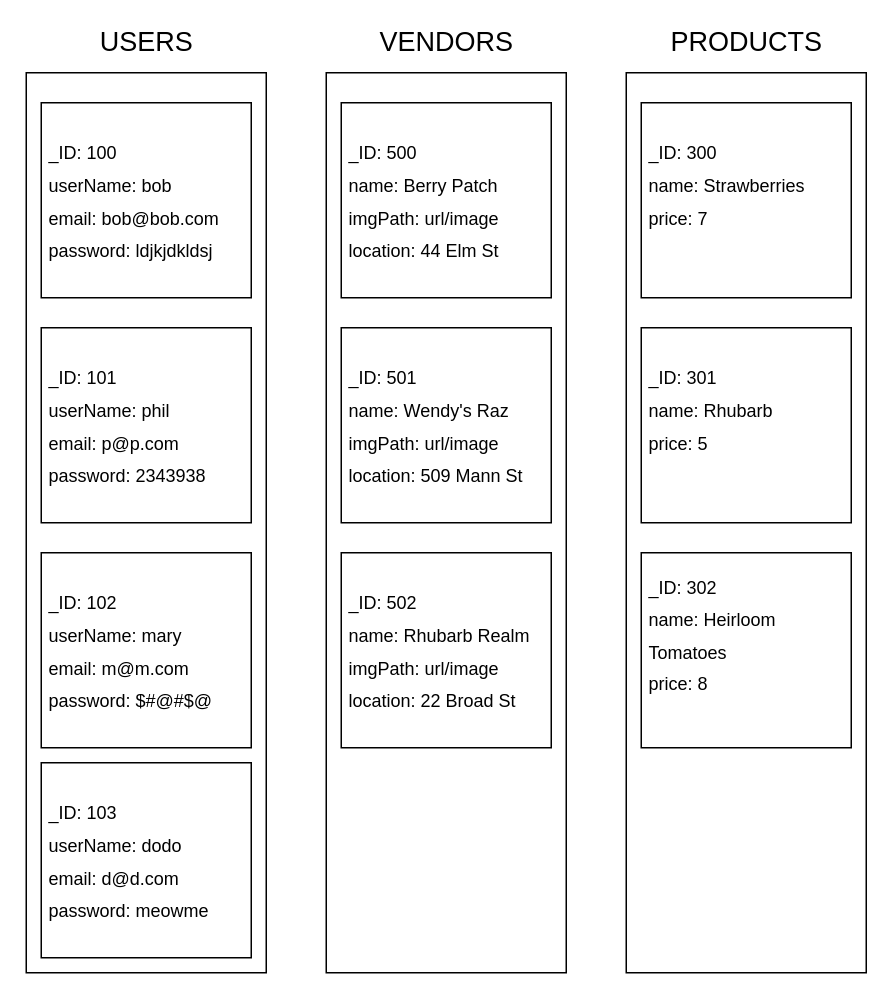
Earlier version of the draw.io diagram _database-design/main-design.drawio (shaxbeard/tuber). Source tidied: cells renumbered, new cells numbered last; positions are measured from the earlier drawing's top-left corner, leaving out a move shared by most shapes. Both pictures are drawn from the tidied source at 150%, with x=0, y=0 at pixel (26, 27).
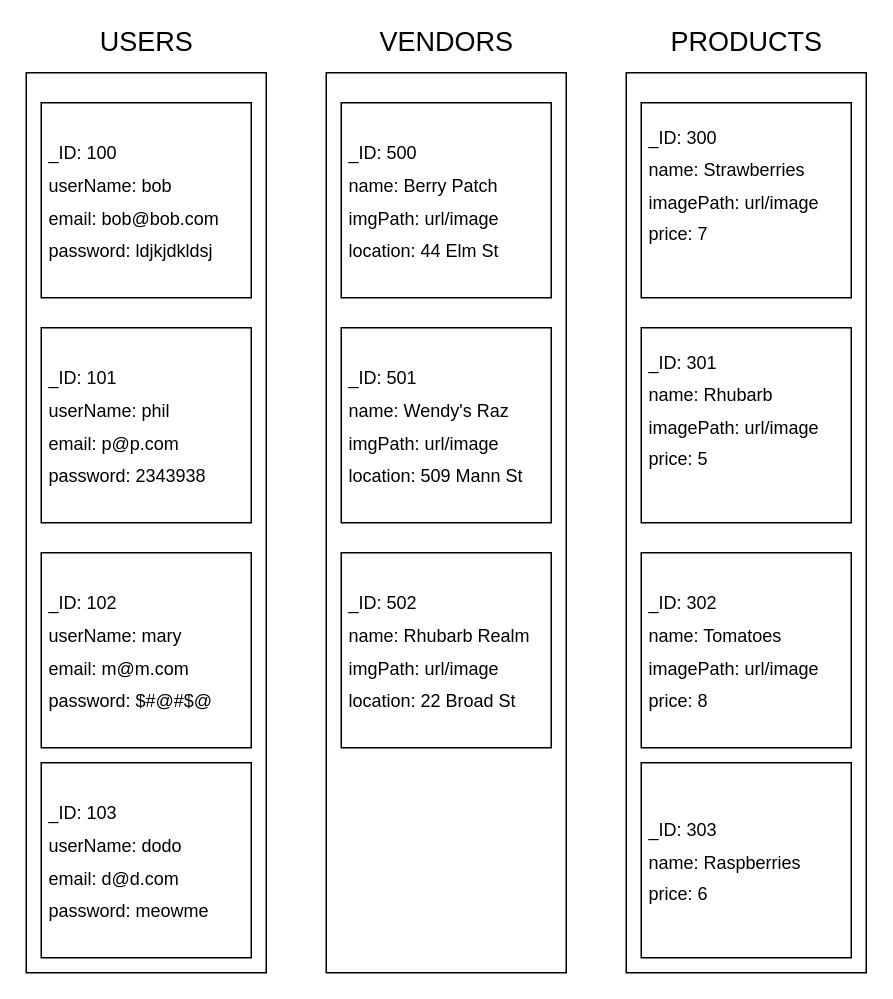
After the change.

Commit message:
Update the data design diagram

Change to the diagram source:
```diff
@@
 <mxGraphModel>
   <root>
     <mxCell id="0" />
     <mxCell id="1" parent="0" />
     <mxCell id="2" style="whiteSpace=wrap;html=1;" parent="1" vertex="1">
       <mxGeometry y="30" width="160" height="600" as="geometry" />
     </mxCell>
     <mxCell id="3" value="&lt;font style=&quot;font-size: 18px&quot;&gt;USERS&lt;/font&gt;" style="text;html=1;align=center;verticalAlign=middle;strokeColor=none;fillColor=none;" parent="1" vertex="1">
       <mxGeometry x="40" width="80" height="20" as="geometry" />
     </mxCell>
     <mxCell id="4" style="whiteSpace=wrap;html=1;" parent="1" vertex="1">
       <mxGeometry x="200" y="30" width="160" height="600" as="geometry" />
     </mxCell>
     <mxCell id="5" value="&lt;font style=&quot;font-size: 18px&quot;&gt;VENDORS&lt;/font&gt;" style="text;html=1;align=center;verticalAlign=middle;strokeColor=none;fillColor=none;" parent="1" vertex="1">
       <mxGeometry x="230" width="100" height="20" as="geometry" />
     </mxCell>
     <mxCell id="6" style="whiteSpace=wrap;html=1;" parent="1" vertex="1">
       <mxGeometry x="400" y="30" width="160" height="600" as="geometry" />
     </mxCell>
     <mxCell id="7" value="&lt;font style=&quot;font-size: 18px&quot;&gt;PRODUCTS&lt;/font&gt;" style="text;html=1;align=center;verticalAlign=middle;strokeColor=none;fillColor=none;" parent="1" vertex="1">
       <mxGeometry x="420" width="120" height="20" as="geometry" />
     </mxCell>
     <mxCell id="8" value="&lt;font style=&quot;font-size: 12px&quot;&gt;&amp;nbsp;_ID: 100&lt;br&gt;&amp;nbsp;userName: bob&lt;br&gt;&amp;nbsp;email: bob@bob.com&lt;br&gt;&amp;nbsp;password: ldjkjdkldsj&lt;br&gt;&lt;/font&gt;" style="whiteSpace=wrap;html=1;fontSize=18;align=left;" parent="1" vertex="1">
       <mxGeometry x="10" y="50" width="140" height="130" as="geometry" />
     </mxCell>
     <mxCell id="9" value="&lt;font style=&quot;font-size: 12px&quot;&gt;&amp;nbsp;_ID: 101&lt;br&gt;&amp;nbsp;userName: phil&lt;br&gt;&amp;nbsp;email: p@p.com&lt;br&gt;&amp;nbsp;password: 2343938&lt;br&gt;&lt;/font&gt;" style="whiteSpace=wrap;html=1;fontSize=18;align=left;" parent="1" vertex="1">
       <mxGeometry x="10" y="200" width="140" height="130" as="geometry" />
     </mxCell>
     <mxCell id="10" value="&lt;font style=&quot;font-size: 12px&quot;&gt;&amp;nbsp;_ID: 102&lt;br&gt;&amp;nbsp;userName: mary&lt;br&gt;&amp;nbsp;email: m@m.com&lt;br&gt;&amp;nbsp;password: $#@#$@&lt;br&gt;&lt;/font&gt;" style="whiteSpace=wrap;html=1;fontSize=18;align=left;" parent="1" vertex="1">
       <mxGeometry x="10" y="350" width="140" height="130" as="geometry" />
     </mxCell>
     <mxCell id="11" value="&lt;font style=&quot;font-size: 12px&quot;&gt;&amp;nbsp;_ID: 500&lt;br&gt;&amp;nbsp;name: Berry Patch&lt;br&gt;&amp;nbsp;imgPath: url/image&lt;br&gt;&amp;nbsp;location: 44 Elm St&lt;br&gt;&lt;/font&gt;" style="whiteSpace=wrap;html=1;fontSize=18;align=left;" parent="1" vertex="1">
       <mxGeometry x="210" y="50" width="140" height="130" as="geometry" />
     </mxCell>
     <mxCell id="12" value="&lt;font style=&quot;font-size: 12px&quot;&gt;&amp;nbsp;_ID: 501&lt;br&gt;&amp;nbsp;name: Wendy's Raz&lt;br&gt;&amp;nbsp;imgPath: url/image&lt;br&gt;&amp;nbsp;location: 509 Mann St&lt;br&gt;&lt;/font&gt;" style="whiteSpace=wrap;html=1;fontSize=18;align=left;" parent="1" vertex="1">
       <mxGeometry x="210" y="200" width="140" height="130" as="geometry" />
     </mxCell>
     <mxCell id="13" value="&lt;font style=&quot;font-size: 12px&quot;&gt;&amp;nbsp;_ID: 502&lt;br&gt;&amp;nbsp;name: Rhubarb Realm&lt;br&gt;&amp;nbsp;imgPath: url/image&lt;br&gt;&amp;nbsp;location: 22 Broad St&lt;br&gt;&lt;/font&gt;" style="whiteSpace=wrap;html=1;fontSize=18;align=left;" parent="1" vertex="1">
       <mxGeometry x="210" y="350" width="140" height="130" as="geometry" />
     </mxCell>
     <mxCell id="14" value="&lt;font style=&quot;font-size: 12px&quot;&gt;&amp;nbsp;_ID: 103&lt;br&gt;&amp;nbsp;userName: dodo&lt;br&gt;&amp;nbsp;email: d@d.com&lt;br&gt;&amp;nbsp;password: meowme&lt;br&gt;&lt;/font&gt;" style="whiteSpace=wrap;html=1;fontSize=18;align=left;" parent="1" vertex="1">
       <mxGeometry x="10" y="490" width="140" height="130" as="geometry" />
     </mxCell>
-    <mxCell id="15" value="&lt;font style=&quot;font-size: 12px&quot;&gt;&amp;nbsp;_ID: 300&lt;br&gt;&amp;nbsp;name: Strawberries&lt;br&gt;&amp;nbsp;price: 7&lt;br&gt;&lt;br&gt;&lt;/font&gt;" style="whiteSpace=wrap;html=1;fontSize=18;align=left;" parent="1" vertex="1">
+    <mxCell id="15" value="&lt;font style=&quot;font-size: 12px&quot;&gt;&amp;nbsp;_ID: 300&lt;br&gt;&amp;nbsp;name: Strawberries&lt;br&gt;&amp;nbsp;imagePath: url/image&lt;br&gt;&amp;nbsp;price: 7&lt;br&gt;&lt;br&gt;&lt;/font&gt;" style="whiteSpace=wrap;html=1;fontSize=18;align=left;" parent="1" vertex="1">
       <mxGeometry x="410" y="50" width="140" height="130" as="geometry" />
     </mxCell>
-    <mxCell id="16" value="&lt;font style=&quot;font-size: 12px&quot;&gt;&amp;nbsp;_ID: 301&lt;br&gt;&amp;nbsp;name: Rhubarb&lt;br&gt;&amp;nbsp;price: 5&lt;br&gt;&lt;br&gt;&lt;/font&gt;" style="whiteSpace=wrap;html=1;fontSize=18;align=left;" parent="1" vertex="1">
+    <mxCell id="16" value="&lt;font style=&quot;font-size: 12px&quot;&gt;&amp;nbsp;_ID: 301&lt;br&gt;&amp;nbsp;name: Rhubarb&lt;br&gt;&amp;nbsp;imagePath: url/image&lt;br&gt;&amp;nbsp;price: 5&lt;br&gt;&lt;br&gt;&lt;/font&gt;" style="whiteSpace=wrap;html=1;fontSize=18;align=left;" parent="1" vertex="1">
       <mxGeometry x="410" y="200" width="140" height="130" as="geometry" />
     </mxCell>
-    <mxCell id="17" value="&lt;font style=&quot;font-size: 12px&quot;&gt;&amp;nbsp;_ID: 302&lt;br&gt;&amp;nbsp;name: Heirloom&amp;nbsp; &amp;nbsp;Tomatoes&lt;br&gt;&amp;nbsp;price: 8&lt;br&gt;&lt;br&gt;&lt;/font&gt;" style="whiteSpace=wrap;html=1;fontSize=18;align=left;" parent="1" vertex="1">
+    <mxCell id="17" value="&lt;font style=&quot;font-size: 12px&quot;&gt;&amp;nbsp;_ID: 302&lt;br&gt;&amp;nbsp;name: Tomatoes&lt;br&gt;&amp;nbsp;imagePath: url/image&lt;br&gt;&amp;nbsp;price: 8&lt;br&gt;&lt;/font&gt;" style="whiteSpace=wrap;html=1;fontSize=18;align=left;" parent="1" vertex="1">
       <mxGeometry x="410" y="350" width="140" height="130" as="geometry" />
     </mxCell>
+    <mxCell id="18" value="&lt;font style=&quot;font-size: 12px&quot;&gt;&amp;nbsp;_ID: 303&lt;br&gt;&amp;nbsp;name: Raspberries&lt;br&gt;&amp;nbsp;price: 6&lt;br&gt;&lt;/font&gt;" style="whiteSpace=wrap;html=1;fontSize=18;align=left;" parent="1" vertex="1">
+      <mxGeometry x="410" y="490" width="140" height="130" as="geometry" />
+    </mxCell>
   </root>
 </mxGraphModel>
```
